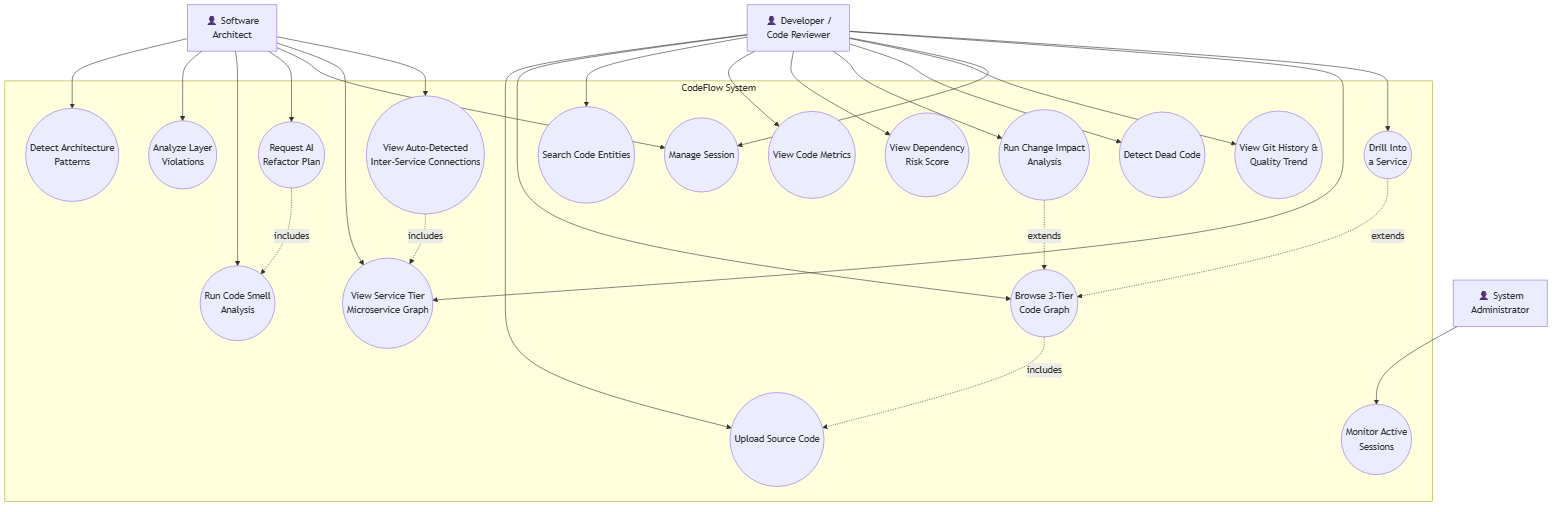
farjanasarker/Code_Base_Visualisation keeps this Mermaid diagram as srs_diagrams/diagram_02.png. Above is the earlier version. Its source is kept beside it as srs_diagrams/diagram_02.mmd.
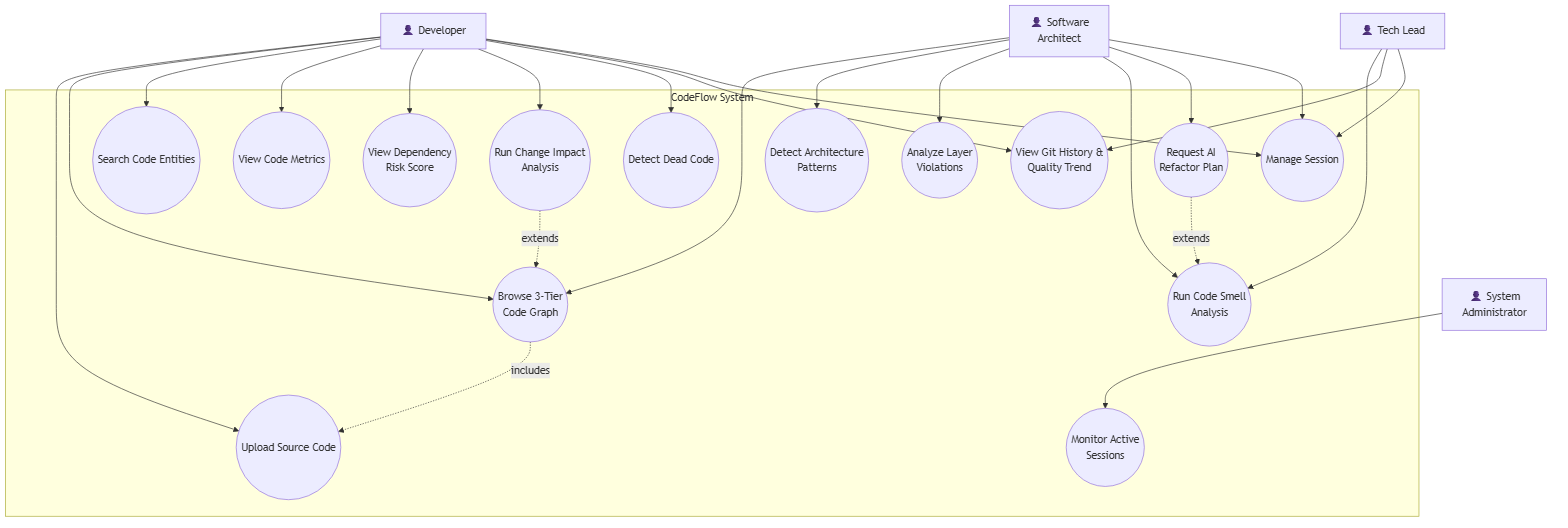
Above is the later version.

Commit message:
update usecase diagram and other diagram

Diff of the diagram source:
```diff
@@ -1,6 +1,7 @@
 graph TB
-    Dev["👤 Developer /<br/>Code Reviewer"]
+    Dev["👤 Developer"]
     Arch["👤 Software<br/>Architect"]
+    Lead["👤 Tech Lead"]
     Admin["👤 System<br/>Administrator"]
 
     subgraph CodeFlow["CodeFlow System"]
@@ -18,9 +19,6 @@
         UC12((View Git History &<br/>Quality Trend))
         UC13((Manage Session))
         UC14((Monitor Active<br/>Sessions))
-        UC15((View Service Tier<br/>Microservice Graph))
-        UC16((Drill Into<br/>a Service))
-        UC17((View Auto-Detected<br/>Inter-Service Connections))
     end
 
     Dev --> UC1
@@ -31,22 +29,21 @@
     Dev --> UC10
     Dev --> UC11
     Dev --> UC12
+    Dev --> UC13
 
+    Arch --> UC2
     Arch --> UC5
     Arch --> UC6
     Arch --> UC7
     Arch --> UC8
+    Arch --> UC13
+
+    Lead --> UC7
+    Lead --> UC12
+    Lead --> UC13
 
     Admin --> UC14
-    Dev --> UC13
-    Arch --> UC13
-    Dev --> UC15
-    Dev --> UC16
-    Arch --> UC15
-    Arch --> UC17
 
-    UC8 -.includes.-> UC7
     UC2 -.includes.-> UC1
+    UC8 -.extends.-> UC7
     UC10 -.extends.-> UC2
-    UC16 -.extends.-> UC2
-    UC17 -.includes.-> UC15
```
